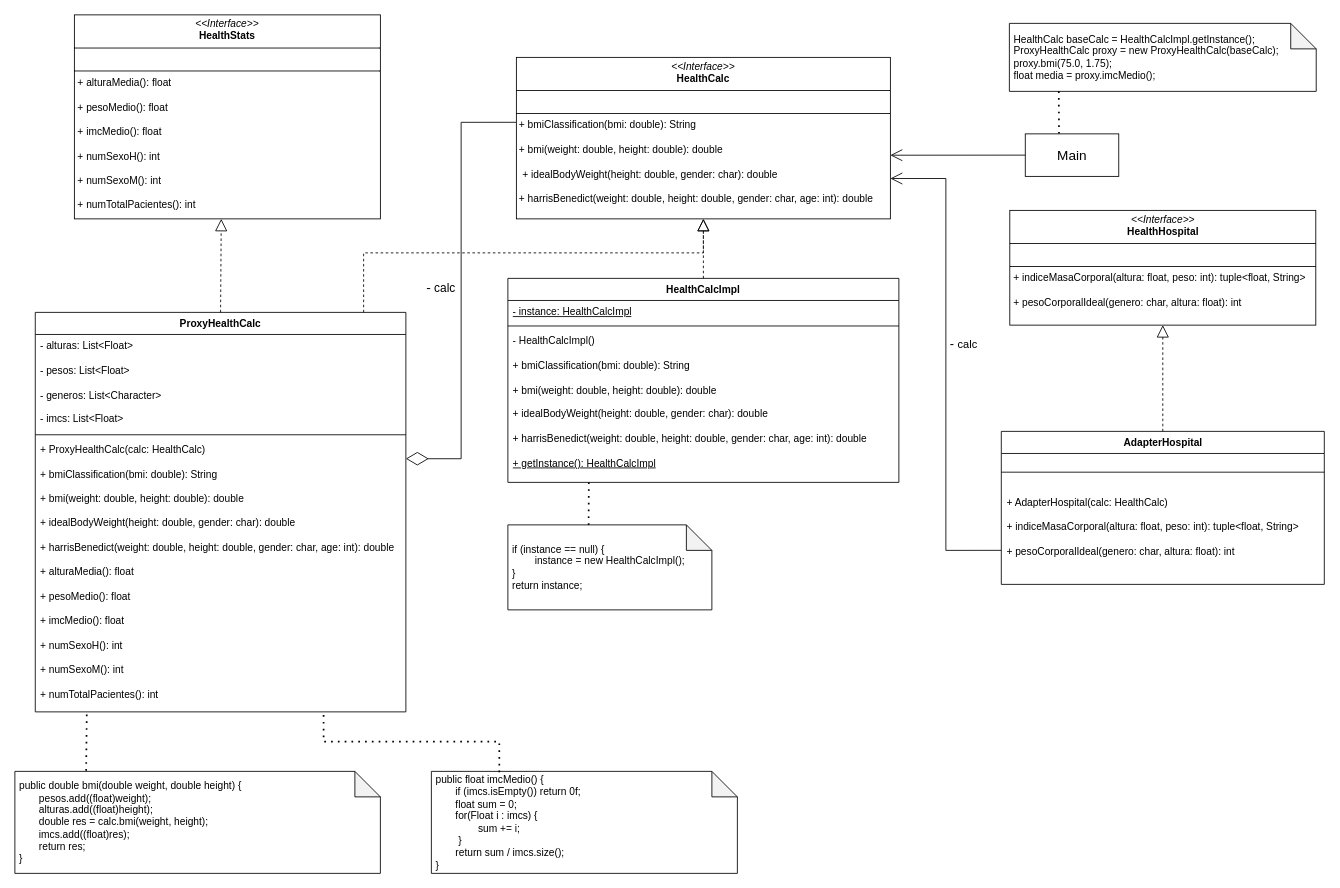
Earlier version of the draw.io diagram design_patterns/src/03_Proxy_UML.drawio (ISAgrupo03/healthcalc_ISAgrupo03). Source tidied: cells renumbered, new cells numbered last; positions are measured from the earlier drawing's top-left corner, leaving out a move shared by most shapes. Both pictures are drawn from the tidied source at 85%, with x=0, y=0 at pixel (14, 14).
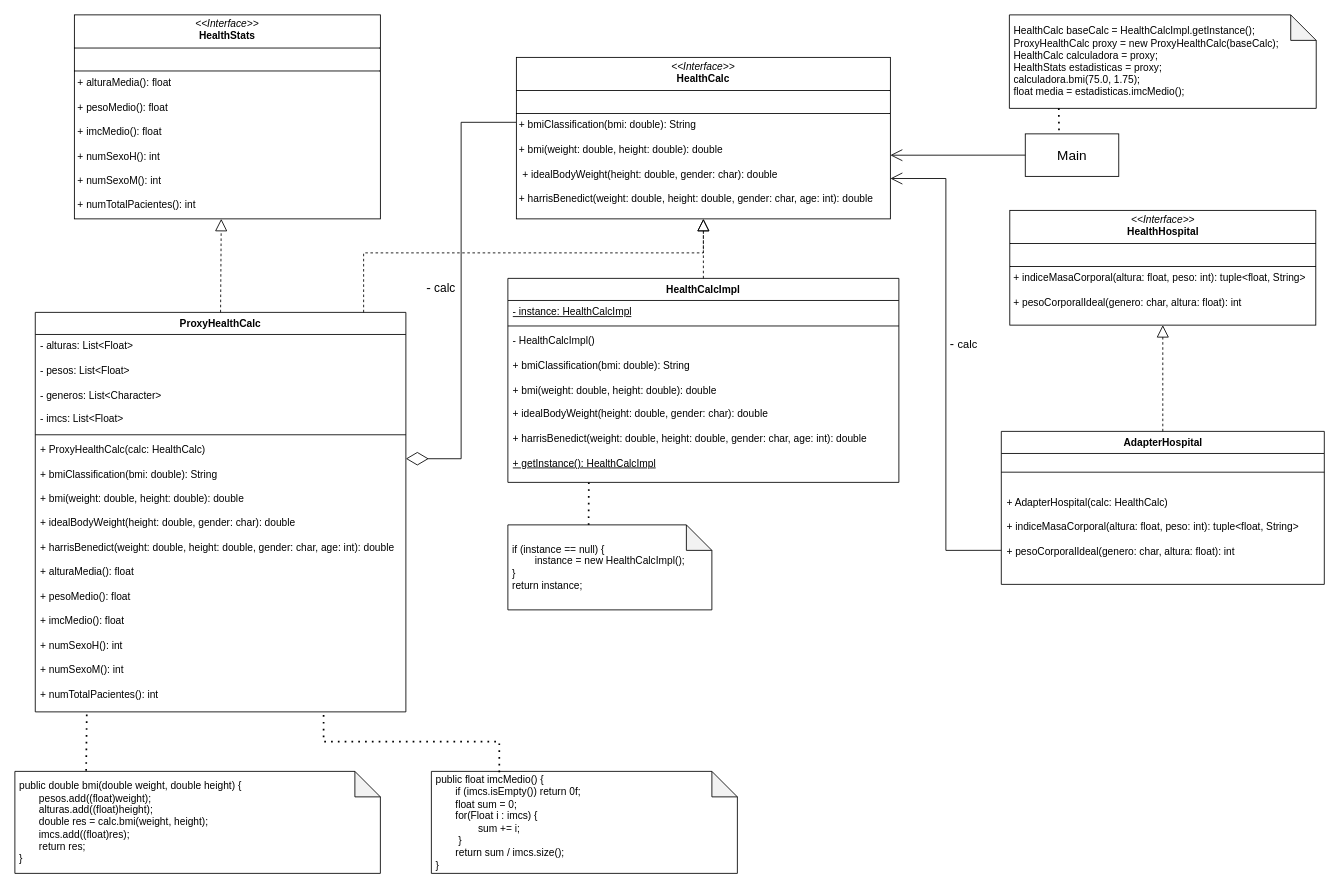
The same diagram, later.

Commit message (it also covers changes not shown here):
fix: corregir main de 03_Proxy_UML

Change to the diagram source:
```diff
@@
-    <mxCell id="30" value="&lt;div style=&quot;&quot;&gt;&amp;nbsp;HealthCalc baseCalc = HealthCalcImpl.getInstance();&lt;br&gt;&amp;nbsp;ProxyHealthCalc proxy = &lt;span class=&quot;hljs-keyword&quot;&gt;new&lt;/span&gt; ProxyHealthCalc(baseCalc);&lt;br&gt;&amp;nbsp;proxy.bmi(&lt;span class=&quot;hljs-number&quot;&gt;75.0&lt;/span&gt;, &lt;span class=&quot;hljs-number&quot;&gt;1.75&lt;/span&gt;);&lt;br&gt;&lt;span class=&quot;hljs-keyword&quot;&gt;&amp;nbsp;float&lt;/span&gt; media = proxy.imcMedio();&lt;/div&gt;" style="shape=note;whiteSpace=wrap;html=1;backgroundOutline=1;darkOpacity=0.05;align=left;" parent="1" vertex="1">
-      <mxGeometry x="1170" y="10" width="361" height="80" as="geometry" />
+    <mxCell id="30" value="&lt;div style=&quot;&quot;&gt;&amp;nbsp;HealthCalc baseCalc = HealthCalcImpl.getInstance();&lt;br&gt;&amp;nbsp;ProxyHealthCalc proxy = &lt;span class=&quot;hljs-keyword&quot;&gt;new&lt;/span&gt; ProxyHealthCalc(baseCalc);&lt;/div&gt;&lt;div style=&quot;&quot;&gt;&amp;nbsp;HealthCalc calculadora = proxy;&amp;nbsp;&lt;/div&gt;&lt;div style=&quot;&quot;&gt;&amp;nbsp;HealthStats estadisticas = proxy;&lt;br&gt;&amp;nbsp;calculadora.bmi(&lt;span class=&quot;hljs-number&quot;&gt;75.0&lt;/span&gt;, &lt;span class=&quot;hljs-number&quot;&gt;1.75&lt;/span&gt;);&lt;br&gt;&lt;span class=&quot;hljs-keyword&quot;&gt;&amp;nbsp;float&lt;/span&gt; media = estadisticas.imcMedio();&lt;/div&gt;" style="shape=note;whiteSpace=wrap;html=1;backgroundOutline=1;darkOpacity=0.05;align=left;" parent="1" vertex="1">
+      <mxGeometry x="1170" width="361" height="110" as="geometry" />
     </mxCell>
```
